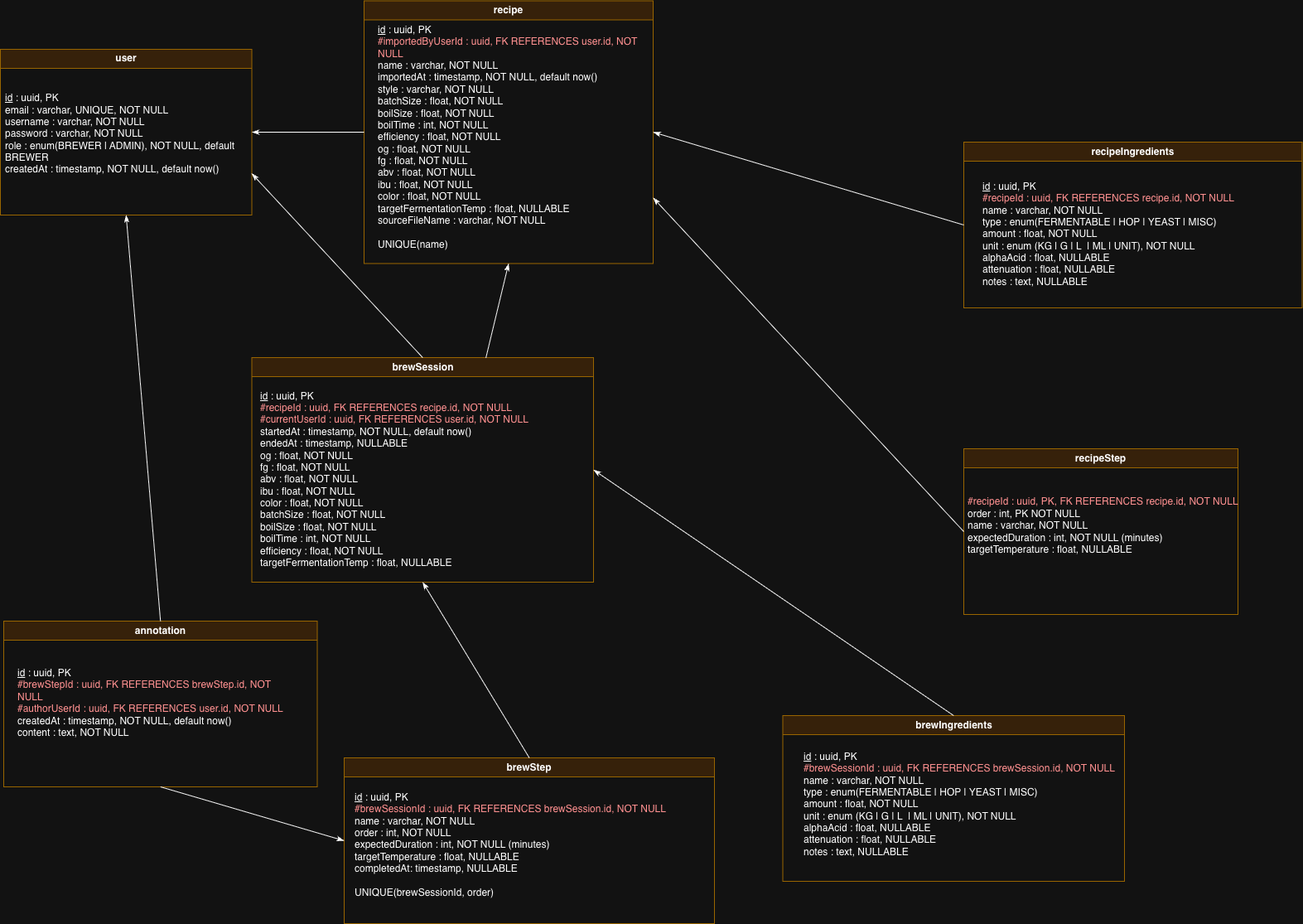
Above: docs/diagrams/mld.png in simplon-alt-dist-p7/micro-saass-simon (draw.io), before the change. Source tidied: cells renumbered, new cells last; positions are measured from the earlier drawing's top-left corner, leaving out a move shared by most shapes.
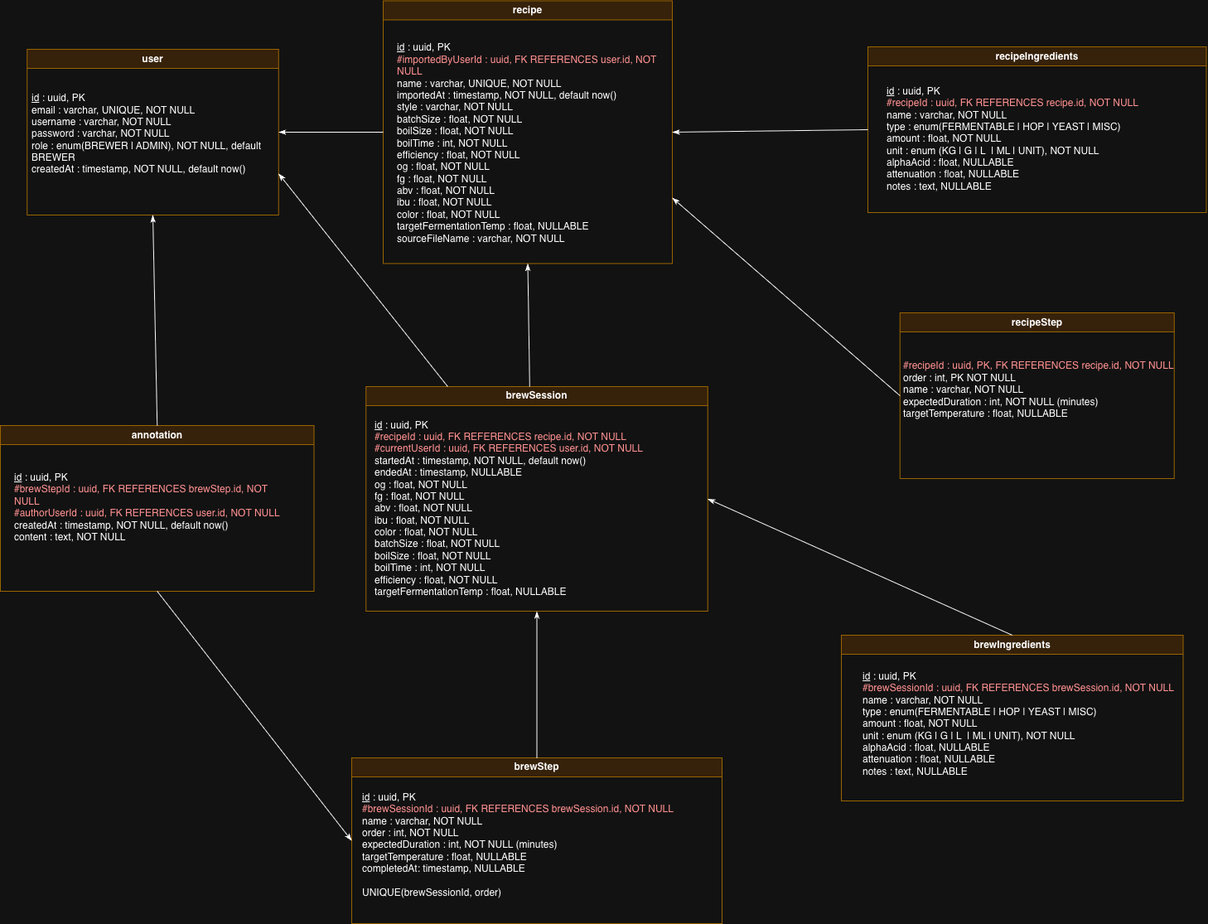
Later version of the same file.

Commit message:
docs: redraw MCD and MLD for readability and consistency

The edit, as a diff of the source:
```diff
@@ -5,41 +5,41 @@
     <mxCell id="2" value="recipe" style="swimlane;whiteSpace=wrap;html=1;fillColor=#ffe6cc;strokeColor=#d79b00;" parent="1" vertex="1">
       <mxGeometry x="439" y="-0.5" width="349" height="317" as="geometry" />
     </mxCell>
-    <mxCell id="3" value="&lt;div&gt;&lt;u&gt;&lt;br&gt;&lt;/u&gt;&lt;/div&gt;&lt;u&gt;id&lt;/u&gt;&lt;i&gt;&amp;nbsp;&lt;/i&gt;: uuid, PK&lt;div&gt;&lt;div&gt;&lt;span style=&quot;color: rgb(255, 0, 0);&quot;&gt;#importedByUserId : uuid, FK REFERENCES user.id, NOT NULL&lt;/span&gt;&lt;/div&gt;&lt;div&gt;name : varchar, NOT NULL&amp;nbsp;&lt;div&gt;&lt;div&gt;importedAt : timestamp, NOT NULL, default now()&lt;/div&gt;&lt;div&gt;style : varchar, NOT NULL&lt;/div&gt;&lt;div&gt;batchSize : float, NOT NULL&lt;/div&gt;&lt;div&gt;boilSize : float, NOT NULL&lt;/div&gt;&lt;div&gt;boilTime : int, NOT NULL&lt;/div&gt;&lt;div&gt;efficiency : float, NOT NULL&lt;/div&gt;&lt;div&gt;og :&amp;nbsp;&lt;span style=&quot;background-color: transparent; color: light-dark(rgb(0, 0, 0), rgb(255, 255, 255));&quot;&gt;float, NOT NULL&lt;/span&gt;&lt;/div&gt;&lt;div&gt;fg :&amp;nbsp;&lt;span style=&quot;background-color: transparent; color: light-dark(rgb(0, 0, 0), rgb(255, 255, 255));&quot;&gt;float, NOT NULL&lt;/span&gt;&lt;/div&gt;&lt;div&gt;abv :&amp;nbsp;&lt;span style=&quot;background-color: transparent; color: light-dark(rgb(0, 0, 0), rgb(255, 255, 255));&quot;&gt;float, NOT NULL&lt;/span&gt;&lt;/div&gt;&lt;div&gt;ibu :&amp;nbsp;&lt;span style=&quot;background-color: transparent; color: light-dark(rgb(0, 0, 0), rgb(255, 255, 255));&quot;&gt;float, NOT NULL&lt;/span&gt;&lt;/div&gt;&lt;div&gt;color :&amp;nbsp;&lt;span style=&quot;background-color: transparent; color: light-dark(rgb(0, 0, 0), rgb(255, 255, 255));&quot;&gt;float, NOT NULL&lt;/span&gt;&lt;/div&gt;&lt;div&gt;targetFermentationTemp : float, NULLABLE&lt;/div&gt;&lt;div&gt;sourceFileName : varchar, NOT NULL&lt;/div&gt;&lt;div&gt;&lt;br&gt;&lt;/div&gt;&lt;div&gt;UNIQUE(name)&lt;/div&gt;&lt;div&gt;&lt;br&gt;&lt;/div&gt;&lt;/div&gt;&lt;/div&gt;&lt;/div&gt;" style="text;html=1;whiteSpace=wrap;strokeColor=none;fillColor=none;align=left;verticalAlign=middle;rounded=0;" parent="2" vertex="1">
+    <mxCell id="3" value="&lt;div&gt;&lt;u&gt;&lt;br&gt;&lt;/u&gt;&lt;/div&gt;&lt;u&gt;id&lt;/u&gt;&lt;i&gt;&amp;nbsp;&lt;/i&gt;: uuid, PK&lt;div&gt;&lt;div&gt;&lt;span style=&quot;color: rgb(255, 0, 0);&quot;&gt;#importedByUserId : uuid, FK REFERENCES user.id, NOT NULL&lt;/span&gt;&lt;/div&gt;&lt;div&gt;name : varchar, UNIQUE, NOT NULL&amp;nbsp;&lt;div&gt;&lt;div&gt;importedAt : timestamp, NOT NULL, default now()&lt;/div&gt;&lt;div&gt;style : varchar, NOT NULL&lt;/div&gt;&lt;div&gt;batchSize : float, NOT NULL&lt;/div&gt;&lt;div&gt;boilSize : float, NOT NULL&lt;/div&gt;&lt;div&gt;boilTime : int, NOT NULL&lt;/div&gt;&lt;div&gt;efficiency : float, NOT NULL&lt;/div&gt;&lt;div&gt;og :&amp;nbsp;&lt;span style=&quot;background-color: transparent; color: light-dark(rgb(0, 0, 0), rgb(255, 255, 255));&quot;&gt;float, NOT NULL&lt;/span&gt;&lt;/div&gt;&lt;div&gt;fg :&amp;nbsp;&lt;span style=&quot;background-color: transparent; color: light-dark(rgb(0, 0, 0), rgb(255, 255, 255));&quot;&gt;float, NOT NULL&lt;/span&gt;&lt;/div&gt;&lt;div&gt;abv :&amp;nbsp;&lt;span style=&quot;background-color: transparent; color: light-dark(rgb(0, 0, 0), rgb(255, 255, 255));&quot;&gt;float, NOT NULL&lt;/span&gt;&lt;/div&gt;&lt;div&gt;ibu :&amp;nbsp;&lt;span style=&quot;background-color: transparent; color: light-dark(rgb(0, 0, 0), rgb(255, 255, 255));&quot;&gt;float, NOT NULL&lt;/span&gt;&lt;/div&gt;&lt;div&gt;color :&amp;nbsp;&lt;span style=&quot;background-color: transparent; color: light-dark(rgb(0, 0, 0), rgb(255, 255, 255));&quot;&gt;float, NOT NULL&lt;/span&gt;&lt;/div&gt;&lt;div&gt;targetFermentationTemp : float, NULLABLE&lt;/div&gt;&lt;div&gt;sourceFileName : varchar, NOT NULL&lt;/div&gt;&lt;/div&gt;&lt;/div&gt;&lt;/div&gt;" style="text;html=1;whiteSpace=wrap;strokeColor=none;fillColor=none;align=left;verticalAlign=middle;rounded=0;" parent="2" vertex="1">
       <mxGeometry x="14.5" y="149.5" width="316" height="30" as="geometry" />
     </mxCell>
     <mxCell id="4" value="user" style="swimlane;whiteSpace=wrap;html=1;fillColor=#ffe6cc;strokeColor=#d79b00;" parent="1" vertex="1">
-      <mxGeometry y="58" width="303.5" height="200" as="geometry" />
+      <mxGeometry x="9.2" y="58" width="303.5" height="200" as="geometry" />
     </mxCell>
     <mxCell id="5" value="&lt;u&gt;id&lt;/u&gt;&amp;nbsp;: uuid, PK&lt;div&gt;email : varchar, UNIQUE, NOT NULL&lt;div&gt;username : varchar, NOT NULL&lt;/div&gt;&lt;div&gt;password : varchar, NOT NULL&lt;/div&gt;&lt;div&gt;role : enum(BREWER | ADMIN), NOT NULL, default BREWER&lt;/div&gt;&lt;div style=&quot;&quot;&gt;createdAt : timestamp, NOT NULL, default now()&lt;/div&gt;&lt;/div&gt;" style="text;html=1;whiteSpace=wrap;strokeColor=none;fillColor=none;align=left;verticalAlign=middle;rounded=0;" parent="4" vertex="1">
       <mxGeometry x="4" y="87" width="287.2" height="30" as="geometry" />
     </mxCell>
     <mxCell id="6" value="recipeIngredients" style="swimlane;whiteSpace=wrap;html=1;startSize=23;fillColor=#ffe6cc;strokeColor=#d79b00;" parent="1" vertex="1">
-      <mxGeometry x="1163" y="170" width="408.5" height="200" as="geometry" />
+      <mxGeometry x="1024" y="55" width="408.5" height="200" as="geometry" />
     </mxCell>
     <mxCell id="7" value="&lt;u&gt;id&lt;/u&gt;&amp;nbsp;: uuid, PK&lt;div&gt;&lt;span style=&quot;color: rgb(255, 0, 0);&quot;&gt;#recipeId : uuid, FK REFERENCES recipe.id, NOT NULL&lt;/span&gt;&lt;br&gt;&lt;div&gt;name : varchar, NOT NULL&lt;/div&gt;&lt;div&gt;type : enum(FERMENTABLE | HOP | YEAST | MISC)&lt;b&gt;&lt;/b&gt;&lt;/div&gt;&lt;div&gt;amount : float, NOT NULL&lt;/div&gt;&lt;div&gt;unit : enum (KG | G | L&amp;nbsp; | ML | UNIT), NOT NULL&lt;/div&gt;&lt;div&gt;alphaAcid : float, NULLABLE&lt;/div&gt;&lt;div&gt;attenuation : float, NULLABLE&lt;/div&gt;&lt;div&gt;notes : text, NULLABLE&lt;/div&gt;&lt;/div&gt;" style="text;html=1;whiteSpace=wrap;strokeColor=none;fillColor=none;align=left;verticalAlign=middle;rounded=0;" parent="6" vertex="1">
       <mxGeometry x="21" y="96" width="387.5" height="30" as="geometry" />
     </mxCell>
     <mxCell id="8" value="recipeStep" style="swimlane;whiteSpace=wrap;html=1;startSize=23;fillColor=#ffe6cc;strokeColor=#d79b00;" parent="1" vertex="1">
-      <mxGeometry x="1163" y="540" width="331" height="200" as="geometry" />
+      <mxGeometry x="1062.8" y="376" width="331" height="200" as="geometry" />
     </mxCell>
     <mxCell id="9" value="&lt;div&gt;&lt;span style=&quot;color: light-dark(rgb(255, 0, 0), rgb(255, 144, 144)); background-color: transparent;&quot;&gt;#recipeId : uuid, PK, FK REFERENCES recipe.id, NOT NULL&lt;/span&gt;&lt;/div&gt;&lt;div&gt;order : int, PK NOT NULL&lt;/div&gt;&lt;div&gt;name : varchar, NOT NULL&lt;/div&gt;&lt;div&gt;&lt;span style=&quot;background-color: transparent; color: light-dark(rgb(0, 0, 0), rgb(255, 255, 255));&quot;&gt;expectedDuration : int, NOT NULL (minutes)&lt;/span&gt;&lt;/div&gt;&lt;div&gt;targetTemperature : float, NULLABLE&lt;/div&gt;&lt;div&gt;&lt;br&gt;&lt;/div&gt;" style="text;html=1;whiteSpace=wrap;strokeColor=none;fillColor=none;align=left;verticalAlign=middle;rounded=0;" parent="8" vertex="1">
       <mxGeometry x="2.5" y="85" width="328.5" height="30" as="geometry" />
     </mxCell>
     <mxCell id="10" value="brewSession" style="swimlane;whiteSpace=wrap;html=1;startSize=23;fillColor=#ffe6cc;strokeColor=#d79b00;" parent="1" vertex="1">
-      <mxGeometry x="303.5" y="430" width="412.5" height="271" as="geometry" />
+      <mxGeometry x="418.2" y="465" width="412.5" height="271" as="geometry" />
     </mxCell>
     <mxCell id="11" value="&lt;div&gt;&lt;u&gt;id&lt;/u&gt;&amp;nbsp;: uuid, PK&lt;/div&gt;&lt;div&gt;&lt;span style=&quot;color: rgb(255, 0, 0);&quot;&gt;#recipeId : uuid, FK REFERENCES recipe.id, NOT NULL&lt;/span&gt;&lt;/div&gt;&lt;div&gt;&lt;span style=&quot;color: rgb(255, 0, 0);&quot;&gt;#currentUserId : uuid, FK REFERENCES user.id, NOT NULL&lt;/span&gt;&lt;/div&gt;startedAt : timestamp, NOT NULL, default now()&lt;div&gt;endedAt : timestamp, NULLABLE&lt;br&gt;&lt;div&gt;og : float, NOT NULL&lt;/div&gt;&lt;div&gt;fg :&amp;nbsp;&lt;span style=&quot;background-color: transparent; color: light-dark(rgb(0, 0, 0), rgb(255, 255, 255));&quot;&gt;float, NOT NULL&lt;/span&gt;&lt;/div&gt;&lt;div&gt;abv :&amp;nbsp;&lt;span style=&quot;background-color: transparent; color: light-dark(rgb(0, 0, 0), rgb(255, 255, 255));&quot;&gt;float, NOT NULL&lt;/span&gt;&lt;/div&gt;&lt;div&gt;ibu :&amp;nbsp;&lt;span style=&quot;background-color: transparent; color: light-dark(rgb(0, 0, 0), rgb(255, 255, 255));&quot;&gt;float, NOT NULL&amp;nbsp;&lt;/span&gt;&lt;/div&gt;&lt;div&gt;color :&amp;nbsp;&lt;span style=&quot;background-color: transparent; color: light-dark(rgb(0, 0, 0), rgb(255, 255, 255));&quot;&gt;float, NOT NULL&lt;/span&gt;&lt;/div&gt;&lt;div&gt;batchSize :&amp;nbsp;&lt;span style=&quot;background-color: transparent; color: light-dark(rgb(0, 0, 0), rgb(255, 255, 255));&quot;&gt;float, NOT NULL&lt;/span&gt;&lt;/div&gt;&lt;div&gt;boilSize :&amp;nbsp;&lt;span style=&quot;background-color: transparent; color: light-dark(rgb(0, 0, 0), rgb(255, 255, 255));&quot;&gt;float, NOT NULL&lt;/span&gt;&lt;/div&gt;&lt;div&gt;boilTime : int, NOT NULL&lt;/div&gt;&lt;div&gt;efficiency :&amp;nbsp;&lt;span style=&quot;background-color: transparent; color: light-dark(rgb(0, 0, 0), rgb(255, 255, 255));&quot;&gt;float, NOT NULL&lt;/span&gt;&lt;/div&gt;&lt;div&gt;targetFermentationTemp :&amp;nbsp;&lt;span style=&quot;background-color: transparent; color: light-dark(rgb(0, 0, 0), rgb(255, 255, 255));&quot;&gt;float, NULLABLE&lt;/span&gt;&lt;/div&gt;&lt;/div&gt;" style="text;html=1;whiteSpace=wrap;strokeColor=none;fillColor=none;align=left;verticalAlign=middle;rounded=0;" parent="10" vertex="1">
       <mxGeometry x="8.2" y="132" width="361.8" height="30" as="geometry" />
     </mxCell>
     <mxCell id="12" value="brewStep" style="swimlane;whiteSpace=wrap;html=1;startSize=23;fillColor=#ffe6cc;strokeColor=#d79b00;" parent="1" vertex="1">
-      <mxGeometry x="415" y="913" width="447" height="200" as="geometry" />
+      <mxGeometry x="401" y="913" width="447" height="200" as="geometry" />
     </mxCell>
     <mxCell id="13" value="&lt;div&gt;&lt;u&gt;id&lt;/u&gt;&amp;nbsp;: uuid, PK&lt;/div&gt;&lt;div&gt;&lt;span style=&quot;color: rgb(255, 0, 0);&quot;&gt;#brewSessionId : uuid, FK REFERENCES brewSession.id, NOT NULL&lt;/span&gt;&lt;/div&gt;&lt;div&gt;name : varchar, NOT NULL&lt;/div&gt;order : int, NOT NULL&lt;div&gt;&lt;span style=&quot;background-color: transparent; color: light-dark(rgb(0, 0, 0), rgb(255, 255, 255));&quot;&gt;expectedDuration : int, NOT NULL (minutes)&lt;/span&gt;&lt;/div&gt;&lt;div&gt;targetTemperature : float, NULLABLE&lt;/div&gt;&lt;div&gt;completedAt: timestamp, NULLABLE&lt;/div&gt;&lt;div&gt;&lt;br&gt;&lt;/div&gt;&lt;div&gt;UNIQUE(brewSessionId, order)&lt;/div&gt;" style="text;html=1;whiteSpace=wrap;strokeColor=none;fillColor=none;align=left;verticalAlign=middle;rounded=0;" parent="12" vertex="1">
       <mxGeometry x="11" y="90" width="397" height="30" as="geometry" />
     </mxCell>
     <mxCell id="14" value="annotation" style="swimlane;whiteSpace=wrap;html=1;startSize=23;fillColor=#ffe6cc;strokeColor=#d79b00;" parent="1" vertex="1">
-      <mxGeometry x="4" y="748" width="378.5" height="200" as="geometry" />
+      <mxGeometry x="-23" y="512" width="378.5" height="200" as="geometry" />
     </mxCell>
     <mxCell id="15" value="&lt;div&gt;&lt;u&gt;id&lt;/u&gt;&amp;nbsp;: uuid, PK&lt;/div&gt;&lt;div&gt;&lt;span style=&quot;color: rgb(255, 0, 0);&quot;&gt;#brewStepId : uuid, FK REFERENCES brewStep.id, NOT NULL&lt;/span&gt;&lt;/div&gt;&lt;div&gt;&lt;span style=&quot;color: rgb(255, 0, 0);&quot;&gt;#authorUserId : uuid, FK REFERENCES user.id, NOT NULL&lt;/span&gt;&lt;/div&gt;createdAt : timestamp, NOT NULL, default now()&amp;nbsp;&lt;div&gt;content : text, NOT NULL&lt;div&gt;&lt;span style=&quot;color: rgb(255, 0, 0);&quot;&gt;&lt;br&gt;&lt;/span&gt;&lt;div&gt;&lt;br&gt;&lt;/div&gt;&lt;/div&gt;&lt;/div&gt;" style="text;html=1;whiteSpace=wrap;strokeColor=none;fillColor=none;align=left;verticalAlign=middle;rounded=0;" parent="14" vertex="1">
       <mxGeometry x="15" y="98" width="338" height="30" as="geometry" />
@@ -47,11 +47,11 @@
     <mxCell id="16" style="endArrow=none;html=1;rounded=0;exitX=1;exitY=0.5;exitDx=0;exitDy=0;entryX=0;entryY=0.5;entryDx=0;entryDy=0;startArrow=classicThin;startFill=1;" parent="1" edge="1" source="4" target="2">
       <mxGeometry relative="1" as="geometry" />
     </mxCell>
-    <mxCell id="17" style="endArrow=classicThin;html=1;rounded=0;exitX=0.5;exitY=0;exitDx=0;exitDy=0;entryX=1;entryY=0.75;entryDx=0;entryDy=0;endFill=1;" parent="1" edge="1" source="10" target="4">
+    <mxCell id="17" style="endArrow=classicThin;html=1;rounded=0;entryX=1;entryY=0.75;entryDx=0;entryDy=0;endFill=1;" parent="1" edge="1" source="10" target="4">
       <mxGeometry relative="1" as="geometry" />
     </mxCell>
     <mxCell id="18" value="brewIngredients" style="swimlane;whiteSpace=wrap;html=1;startSize=23;fillColor=#ffe6cc;strokeColor=#d79b00;" parent="1" vertex="1">
-      <mxGeometry x="944.5" y="862" width="412.5" height="200" as="geometry" />
+      <mxGeometry x="992" y="765" width="412.5" height="200" as="geometry" />
     </mxCell>
     <mxCell id="19" value="&lt;u&gt;id&lt;/u&gt;&amp;nbsp;: uuid, PK&lt;div&gt;&lt;span style=&quot;color: rgb(255, 0, 0);&quot;&gt;#brewSessionId : uuid, FK REFERENCES brewSession.id, NOT NULL&lt;/span&gt;&lt;br&gt;&lt;div&gt;name : varchar, NOT NULL&lt;/div&gt;&lt;div&gt;type : enum(FERMENTABLE | HOP | YEAST | MISC)&lt;b&gt;&lt;/b&gt;&lt;/div&gt;&lt;div&gt;amount : float, NOT NULL&lt;/div&gt;&lt;div&gt;unit : enum (KG | G | L&amp;nbsp; | ML | UNIT), NOT NULL&lt;/div&gt;&lt;div&gt;alphaAcid : float, NULLABLE&lt;/div&gt;&lt;div&gt;attenuation : float, NULLABLE&lt;/div&gt;&lt;div&gt;notes : text, NULLABLE&lt;/div&gt;&lt;/div&gt;" style="text;html=1;whiteSpace=wrap;strokeColor=none;fillColor=none;align=left;verticalAlign=middle;rounded=0;" parent="18" vertex="1">
       <mxGeometry x="23.5" y="92" width="393" height="30" as="geometry" />
@@ -74,7 +74,7 @@
     <mxCell id="25" style="endArrow=classicThin;html=1;rounded=0;entryX=0.5;entryY=1;entryDx=0;entryDy=0;exitX=0.5;exitY=0;exitDx=0;exitDy=0;endFill=1;" parent="1" edge="1" source="12" target="10">
       <mxGeometry relative="1" as="geometry" />
     </mxCell>
-    <mxCell id="26" style="endArrow=classicThin;html=1;rounded=0;entryX=0.5;entryY=1;entryDx=0;entryDy=0;exitX=0.685;exitY=0.002;exitDx=0;exitDy=0;exitPerimeter=0;endFill=1;" parent="1" edge="1" source="10" target="2">
+    <mxCell id="26" style="endArrow=classicThin;html=1;rounded=0;entryX=0.5;entryY=1;entryDx=0;entryDy=0;exitX=0.479;exitY=0;exitDx=0;exitDy=0;exitPerimeter=0;endFill=1;" parent="1" edge="1" source="10" target="2">
       <mxGeometry relative="1" as="geometry" />
     </mxCell>
   </root>
```
